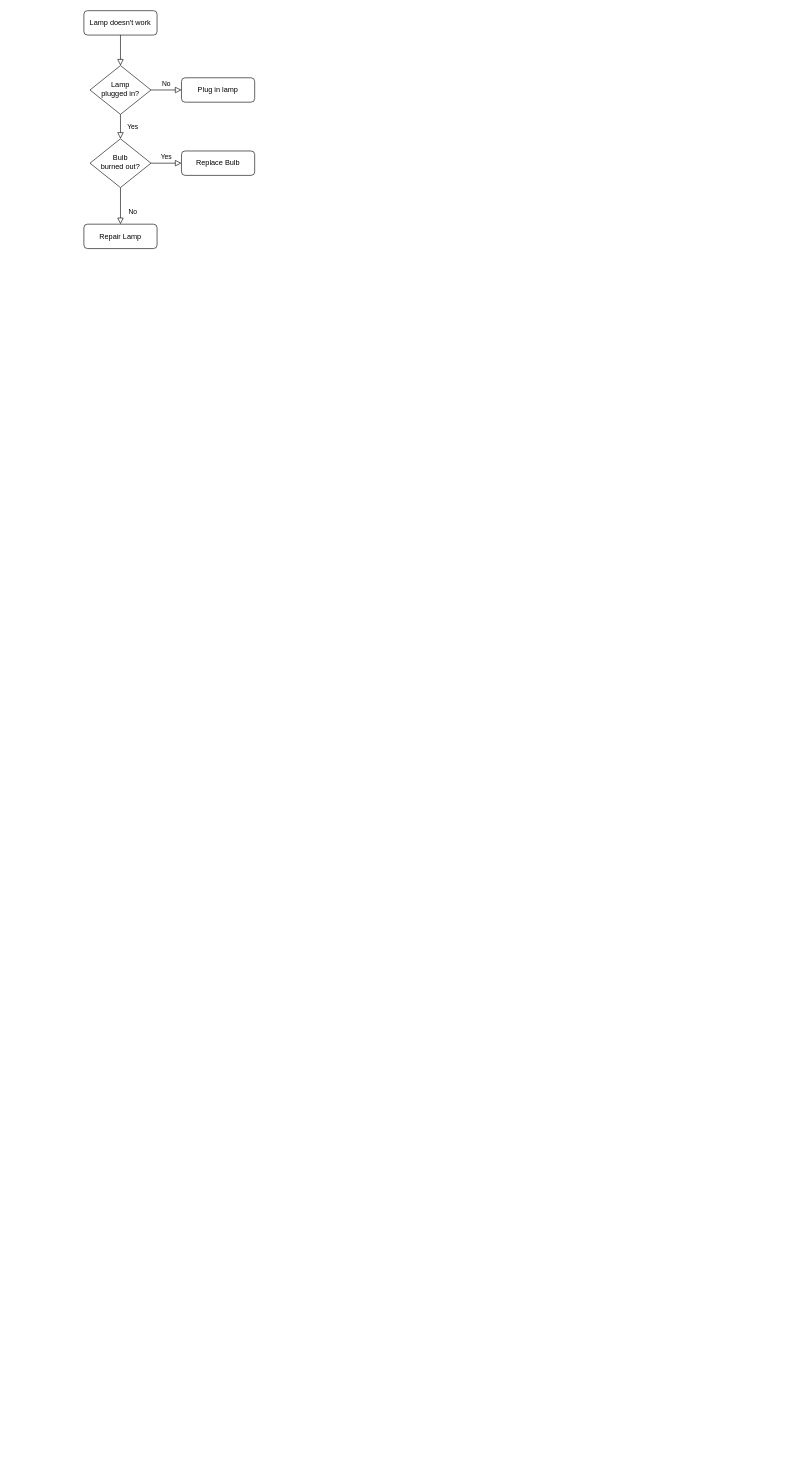
This is Untitled Diagram.drawio from dnluyen/my_frist_project, a draw.io file, before an edit. Source tidied: cells renumbered, new cells numbered last; positions are measured from the earlier drawing's top-left corner, leaving out a move shared by most shapes. Both pictures are drawn from the tidied source at 61%, with x=0, y=0 at pixel (84, 10).
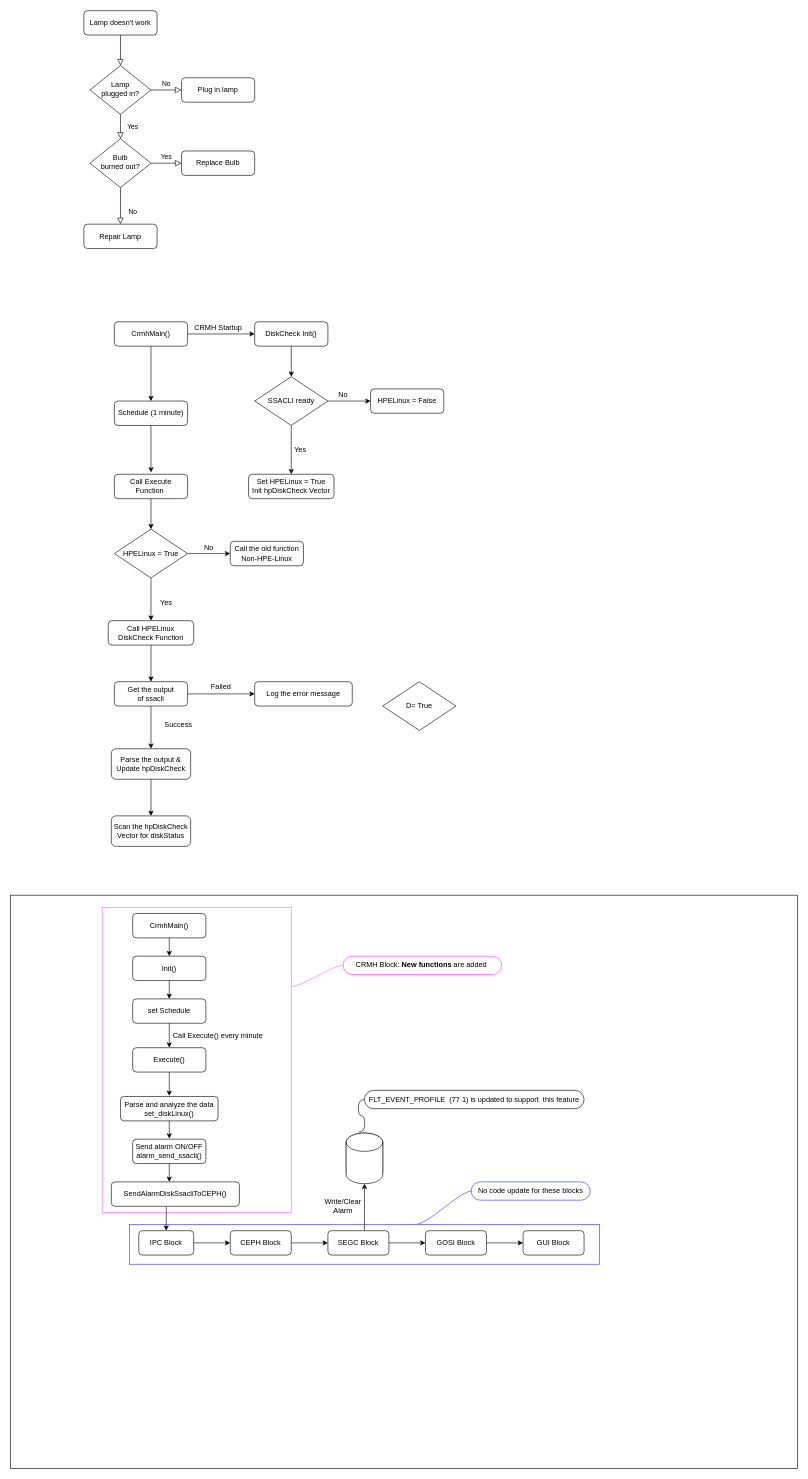
After the change.

Change to the diagram source:
```diff
@@
+    <mxCell id="13" style="rounded=0;whiteSpace=wrap;html=1;" parent="1" vertex="1">
+      <mxGeometry x="-120" y="1450" width="1290" height="940" as="geometry" />
+    </mxCell>
@@
+    <mxCell id="14" value="CrmhMain()" style="rounded=1;whiteSpace=wrap;html=1;fontSize=12;glass=0;strokeWidth=1;shadow=0;" parent="1" vertex="1">
+      <mxGeometry x="50" y="510" width="120" height="40" as="geometry" />
+    </mxCell>
+    <mxCell id="15" value="Schedule (1 minute)" style="rounded=1;whiteSpace=wrap;html=1;fontSize=12;glass=0;strokeWidth=1;shadow=0;" parent="1" vertex="1">
+      <mxGeometry x="50" y="640" width="120" height="40" as="geometry" />
+    </mxCell>
+    <mxCell id="16" style="endArrow=classic;html=1;rounded=0;exitX=0.5;exitY=1;exitDx=0;exitDy=0;entryX=0.5;entryY=0;entryDx=0;entryDy=0;" parent="1" edge="1" source="14" target="15">
+      <mxGeometry relative="1" as="geometry" />
+    </mxCell>
+    <mxCell id="17" value="Call Execute Function&amp;nbsp;" style="rounded=1;whiteSpace=wrap;html=1;fontSize=12;glass=0;strokeWidth=1;shadow=0;" parent="1" vertex="1">
+      <mxGeometry x="50" y="760" width="120" height="40" as="geometry" />
+    </mxCell>
+    <mxCell id="18" value="DiskCheck Init()" style="rounded=1;whiteSpace=wrap;html=1;fontSize=12;glass=0;strokeWidth=1;shadow=0;" parent="1" vertex="1">
+      <mxGeometry x="280" y="510" width="120" height="40" as="geometry" />
+    </mxCell>
+    <mxCell id="19" style="endArrow=classic;html=1;rounded=0;exitX=1;exitY=0.5;exitDx=0;exitDy=0;entryX=0;entryY=0.5;entryDx=0;entryDy=0;" parent="1" edge="1" source="14" target="18">
+      <mxGeometry relative="1" as="geometry" />
+    </mxCell>
+    <mxCell id="20" value="SSACLI ready" style="rhombus;whiteSpace=wrap;html=1;" parent="1" vertex="1">
+      <mxGeometry x="280" y="600" width="120" height="80" as="geometry" />
+    </mxCell>
+    <mxCell id="21" style="endArrow=classic;html=1;rounded=0;exitX=0.5;exitY=1;exitDx=0;exitDy=0;" parent="1" edge="1" source="18" target="20">
+      <mxGeometry relative="1" as="geometry" />
+    </mxCell>
+    <mxCell id="22" value="Set HPELinux = True&lt;br&gt;Init hpDiskCheck Vector" style="rounded=1;whiteSpace=wrap;html=1;fontSize=12;glass=0;strokeWidth=1;shadow=0;" parent="1" vertex="1">
+      <mxGeometry x="270" y="760" width="140" height="40" as="geometry" />
+    </mxCell>
+    <mxCell id="23" style="endArrow=classic;html=1;rounded=0;exitX=0.5;exitY=1;exitDx=0;exitDy=0;entryX=0.5;entryY=0;entryDx=0;entryDy=0;" parent="1" edge="1" source="20" target="22">
+      <mxGeometry relative="1" as="geometry" />
+    </mxCell>
+    <mxCell id="24" value="HPELinux = False" style="rounded=1;whiteSpace=wrap;html=1;fontSize=12;glass=0;strokeWidth=1;shadow=0;" parent="1" vertex="1">
+      <mxGeometry x="470" y="620" width="120" height="40" as="geometry" />
+    </mxCell>
+    <mxCell id="25" style="endArrow=classic;html=1;rounded=0;exitX=1;exitY=0.5;exitDx=0;exitDy=0;entryX=0;entryY=0.5;entryDx=0;entryDy=0;" parent="1" edge="1" source="20" target="24">
+      <mxGeometry relative="1" as="geometry" />
+    </mxCell>
+    <mxCell id="26" value="Yes" style="rounded=0;whiteSpace=wrap;html=1;fillColor=none;strokeColor=none;" parent="1" vertex="1">
+      <mxGeometry x="320" y="700" width="70" height="40" as="geometry" />
+    </mxCell>
+    <mxCell id="27" value="No" style="rounded=0;whiteSpace=wrap;html=1;fillColor=none;strokeColor=none;" parent="1" vertex="1">
+      <mxGeometry x="390" y="610" width="70" height="40" as="geometry" />
+    </mxCell>
+    <mxCell id="28" style="endArrow=classic;html=1;rounded=0;exitX=0.5;exitY=1;exitDx=0;exitDy=0;" parent="1" edge="1" source="15">
+      <mxGeometry relative="1" as="geometry">
+        <mxPoint x="110" y="757" as="targetPoint" />
+      </mxGeometry>
+    </mxCell>
+    <mxCell id="29" value="Call the old function Non-HPE-Linux" style="rounded=1;whiteSpace=wrap;html=1;fontSize=12;glass=0;strokeWidth=1;shadow=0;" parent="1" vertex="1">
+      <mxGeometry x="240" y="870" width="120" height="40" as="geometry" />
+    </mxCell>
+    <mxCell id="30" value="HPELinux = True" style="rhombus;whiteSpace=wrap;html=1;" parent="1" vertex="1">
+      <mxGeometry x="50" y="850" width="120" height="80" as="geometry" />
+    </mxCell>
+    <mxCell id="31" style="endArrow=classic;html=1;rounded=0;exitX=0.5;exitY=1;exitDx=0;exitDy=0;entryX=0.5;entryY=0;entryDx=0;entryDy=0;" parent="1" edge="1" source="17" target="30">
+      <mxGeometry relative="1" as="geometry" />
+    </mxCell>
+    <mxCell id="32" style="endArrow=classic;html=1;rounded=0;exitX=1;exitY=0.5;exitDx=0;exitDy=0;entryX=0;entryY=0.5;entryDx=0;entryDy=0;" parent="1" edge="1" source="30" target="29">
+      <mxGeometry relative="1" as="geometry" />
+    </mxCell>
+    <mxCell id="33" value="Call HPELinux DiskCheck Function" style="rounded=1;whiteSpace=wrap;html=1;fontSize=12;glass=0;strokeWidth=1;shadow=0;" parent="1" vertex="1">
+      <mxGeometry x="40" y="1000" width="140" height="40" as="geometry" />
+    </mxCell>
+    <mxCell id="34" style="endArrow=classic;html=1;rounded=0;exitX=0.5;exitY=1;exitDx=0;exitDy=0;entryX=0.5;entryY=0;entryDx=0;entryDy=0;" parent="1" edge="1" source="30" target="33">
+      <mxGeometry relative="1" as="geometry" />
+    </mxCell>
+    <mxCell id="35" value="No" style="rounded=0;whiteSpace=wrap;html=1;fillColor=none;strokeColor=none;" parent="1" vertex="1">
+      <mxGeometry x="170" y="860" width="70" height="40" as="geometry" />
+    </mxCell>
+    <mxCell id="36" value="Yes" style="rounded=0;whiteSpace=wrap;html=1;fillColor=none;strokeColor=none;" parent="1" vertex="1">
+      <mxGeometry x="110" y="950" width="50" height="40" as="geometry" />
+    </mxCell>
+    <mxCell id="37" value="CRMH Startup" style="rounded=0;whiteSpace=wrap;html=1;fillColor=none;strokeColor=none;" parent="1" vertex="1">
+      <mxGeometry x="177.5" y="500" width="85" height="40" as="geometry" />
+    </mxCell>
+    <mxCell id="38" value="Get the output of&amp;nbsp;ssacli" style="rounded=1;whiteSpace=wrap;html=1;fontSize=12;glass=0;strokeWidth=1;shadow=0;" parent="1" vertex="1">
+      <mxGeometry x="50" y="1100" width="120" height="40" as="geometry" />
+    </mxCell>
+    <mxCell id="39" value="Log the error message" style="rounded=1;whiteSpace=wrap;html=1;fontSize=12;glass=0;strokeWidth=1;shadow=0;" parent="1" vertex="1">
+      <mxGeometry x="280" y="1100" width="160" height="40" as="geometry" />
+    </mxCell>
+    <mxCell id="40" style="endArrow=classic;html=1;rounded=0;exitX=1;exitY=0.5;exitDx=0;exitDy=0;entryX=0;entryY=0.5;entryDx=0;entryDy=0;" parent="1" edge="1" source="38" target="39">
+      <mxGeometry relative="1" as="geometry" />
+    </mxCell>
+    <mxCell id="41" value="&lt;br&gt;Parse the output &amp;amp; Update hpDiskCheck&lt;br&gt;&amp;nbsp;" style="rounded=1;whiteSpace=wrap;html=1;fontSize=12;glass=0;strokeWidth=1;shadow=0;" parent="1" vertex="1">
+      <mxGeometry x="45" y="1210" width="130" height="50" as="geometry" />
+    </mxCell>
+    <mxCell id="42" value="Failed" style="rounded=0;whiteSpace=wrap;html=1;fillColor=none;strokeColor=none;" parent="1" vertex="1">
+      <mxGeometry x="190" y="1089" width="70" height="40" as="geometry" />
+    </mxCell>
+    <mxCell id="43" value="Success" style="rounded=0;whiteSpace=wrap;html=1;fillColor=none;strokeColor=none;" parent="1" vertex="1">
+      <mxGeometry x="120" y="1150" width="70" height="40" as="geometry" />
+    </mxCell>
+    <mxCell id="44" style="endArrow=classic;html=1;rounded=0;exitX=0.5;exitY=1;exitDx=0;exitDy=0;" parent="1" edge="1" source="38" target="41">
+      <mxGeometry relative="1" as="geometry" />
+    </mxCell>
+    <mxCell id="45" style="endArrow=classic;html=1;rounded=0;exitX=0.5;exitY=1;exitDx=0;exitDy=0;entryX=0.5;entryY=0;entryDx=0;entryDy=0;" parent="1" edge="1" source="33" target="38">
+      <mxGeometry relative="1" as="geometry" />
+    </mxCell>
+    <mxCell id="46" value="D= True" style="rhombus;whiteSpace=wrap;html=1;" parent="1" vertex="1">
+      <mxGeometry x="490" y="1100" width="120" height="80" as="geometry" />
+    </mxCell>
+    <mxCell id="47" value="Scan the hpDiskCheck Vector for diskStatus" style="rounded=1;whiteSpace=wrap;html=1;fontSize=12;glass=0;strokeWidth=1;shadow=0;" parent="1" vertex="1">
+      <mxGeometry x="45" y="1320" width="130" height="50" as="geometry" />
+    </mxCell>
+    <mxCell id="48" style="endArrow=classic;html=1;rounded=0;exitX=0.5;exitY=1;exitDx=0;exitDy=0;entryX=0.5;entryY=0;entryDx=0;entryDy=0;" parent="1" edge="1" source="41" target="47">
+      <mxGeometry relative="1" as="geometry" />
+    </mxCell>
+    <mxCell id="49" value="set Schedule" style="rounded=1;whiteSpace=wrap;html=1;fontSize=12;glass=0;strokeWidth=1;shadow=0;" parent="1" vertex="1">
+      <mxGeometry x="80" y="1620" width="120" height="40" as="geometry" />
+    </mxCell>
+    <mxCell id="50" value="Execute()" style="rounded=1;whiteSpace=wrap;html=1;fontSize=12;glass=0;strokeWidth=1;shadow=0;" parent="1" vertex="1">
+      <mxGeometry x="80" y="1700" width="120" height="40" as="geometry" />
+    </mxCell>
+    <mxCell id="51" style="endArrow=classic;html=1;rounded=0;exitX=0.5;exitY=1;exitDx=0;exitDy=0;" parent="1" edge="1">
+      <mxGeometry relative="1" as="geometry">
+        <mxPoint x="140" y="1660" as="sourcePoint" />
+        <mxPoint x="140" y="1700" as="targetPoint" />
+      </mxGeometry>
+    </mxCell>
+    <mxCell id="52" value="Parse and analyze the data&lt;br&gt;set_diskLinux()" style="rounded=1;whiteSpace=wrap;html=1;fontSize=12;glass=0;strokeWidth=1;shadow=0;" parent="1" vertex="1">
+      <mxGeometry x="60" y="1780" width="160" height="40" as="geometry" />
+    </mxCell>
+    <mxCell id="53" value="Init()" style="rounded=1;whiteSpace=wrap;html=1;fontSize=12;glass=0;strokeWidth=1;shadow=0;" parent="1" vertex="1">
+      <mxGeometry x="80" y="1550" width="120" height="40" as="geometry" />
+    </mxCell>
+    <mxCell id="54" style="endArrow=classic;html=1;rounded=0;" parent="1" edge="1">
+      <mxGeometry relative="1" as="geometry">
+        <mxPoint x="140" y="1740" as="sourcePoint" />
+        <mxPoint x="140" y="1779" as="targetPoint" />
+      </mxGeometry>
+    </mxCell>
+    <mxCell id="55" value="Send alarm ON/OFF&lt;br&gt;alarm_send_ssacli()" style="rounded=1;whiteSpace=wrap;html=1;fontSize=12;glass=0;strokeWidth=1;shadow=0;" parent="1" vertex="1">
+      <mxGeometry x="80" y="1850" width="120" height="40" as="geometry" />
+    </mxCell>
+    <mxCell id="56" style="endArrow=classic;html=1;rounded=0;" parent="1" edge="1">
+      <mxGeometry relative="1" as="geometry">
+        <mxPoint x="140" y="1820" as="sourcePoint" />
+        <mxPoint x="140" y="1849" as="targetPoint" />
+      </mxGeometry>
+    </mxCell>
+    <mxCell id="57" value="SendAlarmDiskSsacliToCEPH()" style="rounded=1;whiteSpace=wrap;html=1;fontSize=12;glass=0;strokeWidth=1;shadow=0;" parent="1" vertex="1">
+      <mxGeometry x="45" y="1920" width="210" height="40" as="geometry" />
+    </mxCell>
+    <mxCell id="58" style="endArrow=classic;html=1;rounded=0;" parent="1" edge="1">
+      <mxGeometry relative="1" as="geometry">
+        <mxPoint x="140" y="1890" as="sourcePoint" />
+        <mxPoint x="140" y="1920" as="targetPoint" />
+      </mxGeometry>
+    </mxCell>
+    <mxCell id="59" value="IPC Block" style="rounded=1;whiteSpace=wrap;html=1;fontSize=12;glass=0;strokeWidth=1;shadow=0;" parent="1" vertex="1">
+      <mxGeometry x="90" y="2000" width="90" height="40" as="geometry" />
+    </mxCell>
+    <mxCell id="60" value="CEPH Block" style="rounded=1;whiteSpace=wrap;html=1;fontSize=12;glass=0;strokeWidth=1;shadow=0;" parent="1" vertex="1">
+      <mxGeometry x="240" y="2000" width="100" height="40" as="geometry" />
+    </mxCell>
+    <mxCell id="61" value="SEGC Block" style="rounded=1;whiteSpace=wrap;html=1;fontSize=12;glass=0;strokeWidth=1;shadow=0;" parent="1" vertex="1">
+      <mxGeometry x="400" y="2000" width="100" height="40" as="geometry" />
+    </mxCell>
+    <mxCell id="62" value="GOSI Block" style="rounded=1;whiteSpace=wrap;html=1;fontSize=12;glass=0;strokeWidth=1;shadow=0;" parent="1" vertex="1">
+      <mxGeometry x="560" y="2000" width="100" height="40" as="geometry" />
+    </mxCell>
+    <mxCell id="63" value="GUI Block" style="rounded=1;whiteSpace=wrap;html=1;fontSize=12;glass=0;strokeWidth=1;shadow=0;" parent="1" vertex="1">
+      <mxGeometry x="720" y="2000" width="100" height="40" as="geometry" />
+    </mxCell>
+    <mxCell id="64" style="endArrow=classic;html=1;rounded=0;exitX=1;exitY=0.5;exitDx=0;exitDy=0;entryX=0;entryY=0.5;entryDx=0;entryDy=0;entryPerimeter=0;" parent="1" edge="1" source="59">
+      <mxGeometry relative="1" as="geometry">
+        <mxPoint x="240" y="2020" as="targetPoint" />
+      </mxGeometry>
+    </mxCell>
+    <mxCell id="65" style="endArrow=classic;html=1;rounded=0;exitX=1;exitY=0.5;exitDx=0;exitDy=0;entryX=0;entryY=0.5;entryDx=0;entryDy=0;" parent="1" edge="1" source="60" target="61">
+      <mxGeometry relative="1" as="geometry" />
+    </mxCell>
+    <mxCell id="66" style="endArrow=classic;html=1;rounded=0;exitX=1;exitY=0.5;exitDx=0;exitDy=0;entryX=0;entryY=0.5;entryDx=0;entryDy=0;" parent="1" edge="1" source="61" target="62">
+      <mxGeometry relative="1" as="geometry" />
+    </mxCell>
+    <mxCell id="67" style="endArrow=classic;html=1;rounded=0;exitX=1;exitY=0.5;exitDx=0;exitDy=0;entryX=0;entryY=0.5;entryDx=0;entryDy=0;" parent="1" edge="1" source="62" target="63">
+      <mxGeometry relative="1" as="geometry" />
+    </mxCell>
+    <mxCell id="68" style="rounded=0;whiteSpace=wrap;html=1;fillColor=none;strokeColor=#FF66FF;" parent="1" vertex="1">
+      <mxGeometry x="30" y="1470" width="310" height="500" as="geometry" />
+    </mxCell>
+    <mxCell id="69" style="rounded=0;whiteSpace=wrap;html=1;fillColor=none;strokeColor=#3333FF;" parent="1" vertex="1">
+      <mxGeometry x="75" y="1990" width="770" height="65" as="geometry" />
+    </mxCell>
+    <mxCell id="70" value="CRMH Block: &lt;b&gt;New functions&lt;/b&gt; are added&amp;nbsp;" style="whiteSpace=wrap;html=1;rounded=1;arcSize=50;align=center;verticalAlign=middle;strokeWidth=1;spacing=4;newEdgeStyle={&quot;edgeStyle&quot;:&quot;entityRelationEdgeStyle&quot;,&quot;startArrow&quot;:&quot;none&quot;,&quot;endArrow&quot;:&quot;none&quot;,&quot;segment&quot;:10,&quot;curved&quot;:1,&quot;sourcePerimeterSpacing&quot;:0,&quot;targetPerimeterSpacing&quot;:0};strokeColor=#FF33FF;" parent="1" vertex="1">
+      <mxGeometry x="425" y="1550" width="260" height="30" as="geometry" />
+    </mxCell>
+    <mxCell id="71" style="edgeStyle=entityRelationEdgeStyle;startArrow=none;endArrow=none;segment=10;curved=1;sourcePerimeterSpacing=0;targetPerimeterSpacing=0;rounded=0;strokeColor=#FF66FF;" parent="1" edge="1" target="70">
+      <mxGeometry relative="1" as="geometry">
+        <mxPoint x="340" y="1600" as="sourcePoint" />
+      </mxGeometry>
+    </mxCell>
+    <mxCell id="72" value="No code update for these blocks" style="whiteSpace=wrap;html=1;rounded=1;arcSize=50;align=center;verticalAlign=middle;strokeWidth=1;spacing=4;newEdgeStyle={&quot;edgeStyle&quot;:&quot;entityRelationEdgeStyle&quot;,&quot;startArrow&quot;:&quot;none&quot;,&quot;endArrow&quot;:&quot;none&quot;,&quot;segment&quot;:10,&quot;curved&quot;:1,&quot;sourcePerimeterSpacing&quot;:0,&quot;targetPerimeterSpacing&quot;:0};strokeColor=#3333FF;" parent="1" vertex="1">
+      <mxGeometry x="635" y="1920" width="195" height="30" as="geometry" />
+    </mxCell>
+    <mxCell id="73" style="edgeStyle=entityRelationEdgeStyle;startArrow=none;endArrow=none;segment=10;curved=1;sourcePerimeterSpacing=0;targetPerimeterSpacing=0;rounded=0;entryX=0;entryY=0.5;entryDx=0;entryDy=0;exitX=0.612;exitY=-0.011;exitDx=0;exitDy=0;exitPerimeter=0;strokeColor=#3333FF;" parent="1" edge="1" source="69" target="72">
+      <mxGeometry relative="1" as="geometry">
+        <Array as="points">
+          <mxPoint x="570" y="2095" />
+          <mxPoint x="560" y="1950" />
+          <mxPoint x="521" y="2010" />
+        </Array>
+      </mxGeometry>
+    </mxCell>
+    <mxCell id="74" style="shape=cylinder3;whiteSpace=wrap;html=1;boundedLbl=1;backgroundOutline=1;size=15;" parent="1" vertex="1">
+      <mxGeometry x="430" y="1840" width="60" height="80" as="geometry" />
+    </mxCell>
+    <mxCell id="75" value="FLT_EVENT_PROFILE&amp;nbsp; (77 1) is updated to support&amp;nbsp; this feature" style="whiteSpace=wrap;html=1;rounded=1;arcSize=50;align=center;verticalAlign=middle;strokeWidth=1;spacing=4;newEdgeStyle={&quot;edgeStyle&quot;:&quot;entityRelationEdgeStyle&quot;,&quot;startArrow&quot;:&quot;none&quot;,&quot;endArrow&quot;:&quot;none&quot;,&quot;segment&quot;:10,&quot;curved&quot;:1,&quot;sourcePerimeterSpacing&quot;:0,&quot;targetPerimeterSpacing&quot;:0};" parent="1" vertex="1">
+      <mxGeometry x="460" y="1770" width="360" height="30" as="geometry" />
+    </mxCell>
+    <mxCell id="76" style="edgeStyle=entityRelationEdgeStyle;startArrow=none;endArrow=none;segment=10;curved=1;sourcePerimeterSpacing=0;targetPerimeterSpacing=0;rounded=0;exitX=0.342;exitY=-0.02;exitDx=0;exitDy=0;exitPerimeter=0;" parent="1" edge="1" source="82" target="75">
+      <mxGeometry relative="1" as="geometry">
+        <Array as="points">
+          <mxPoint x="450" y="1844" />
+          <mxPoint x="490" y="1890" />
+        </Array>
+      </mxGeometry>
+    </mxCell>
+    <mxCell id="77" value="CrmhMain()" style="rounded=1;whiteSpace=wrap;html=1;fontSize=12;glass=0;strokeWidth=1;shadow=0;" parent="1" vertex="1">
+      <mxGeometry x="80" y="1480" width="120" height="40" as="geometry" />
+    </mxCell>
+    <mxCell id="78" value="Call Execute() every minute" style="rounded=0;whiteSpace=wrap;html=1;fillColor=none;strokeColor=none;" parent="1" vertex="1">
+      <mxGeometry x="145" y="1660" width="150" height="40" as="geometry" />
+    </mxCell>
+    <mxCell id="79" style="endArrow=classic;html=1;rounded=0;exitX=0.5;exitY=1;exitDx=0;exitDy=0;" parent="1" edge="1" source="77">
+      <mxGeometry relative="1" as="geometry">
+        <mxPoint x="140" y="1550" as="targetPoint" />
+      </mxGeometry>
+    </mxCell>
+    <mxCell id="80" style="endArrow=classic;html=1;rounded=0;exitX=0.429;exitY=1.025;exitDx=0;exitDy=0;exitPerimeter=0;entryX=0.5;entryY=0;entryDx=0;entryDy=0;" parent="1" edge="1" source="57" target="59">
+      <mxGeometry relative="1" as="geometry" />
+    </mxCell>
+    <mxCell id="81" style="endArrow=classic;html=1;rounded=0;exitX=0.5;exitY=0;exitDx=0;exitDy=0;entryX=0.333;entryY=1.038;entryDx=0;entryDy=0;entryPerimeter=0;" parent="1" edge="1">
+      <mxGeometry relative="1" as="geometry">
+        <mxPoint x="460" y="2000" as="sourcePoint" />
+        <mxPoint x="460" y="1923" as="targetPoint" />
+      </mxGeometry>
+    </mxCell>
+    <mxCell id="82" style="shape=cylinder3;whiteSpace=wrap;html=1;boundedLbl=1;backgroundOutline=1;size=15;" parent="1" vertex="1">
+      <mxGeometry x="430" y="1840" width="60" height="83" as="geometry" />
+    </mxCell>
+    <mxCell id="83" value="Write/Clear Alarm" style="rounded=0;whiteSpace=wrap;html=1;fillColor=none;strokeColor=none;" parent="1" vertex="1">
+      <mxGeometry x="390" y="1940" width="70" height="40" as="geometry" />
+    </mxCell>
+    <mxCell id="84" style="endArrow=classic;html=1;rounded=0;" parent="1" edge="1">
+      <mxGeometry relative="1" as="geometry">
+        <mxPoint x="140" y="1590" as="sourcePoint" />
+        <mxPoint x="140" y="1620" as="targetPoint" />
+      </mxGeometry>
+    </mxCell>
```
